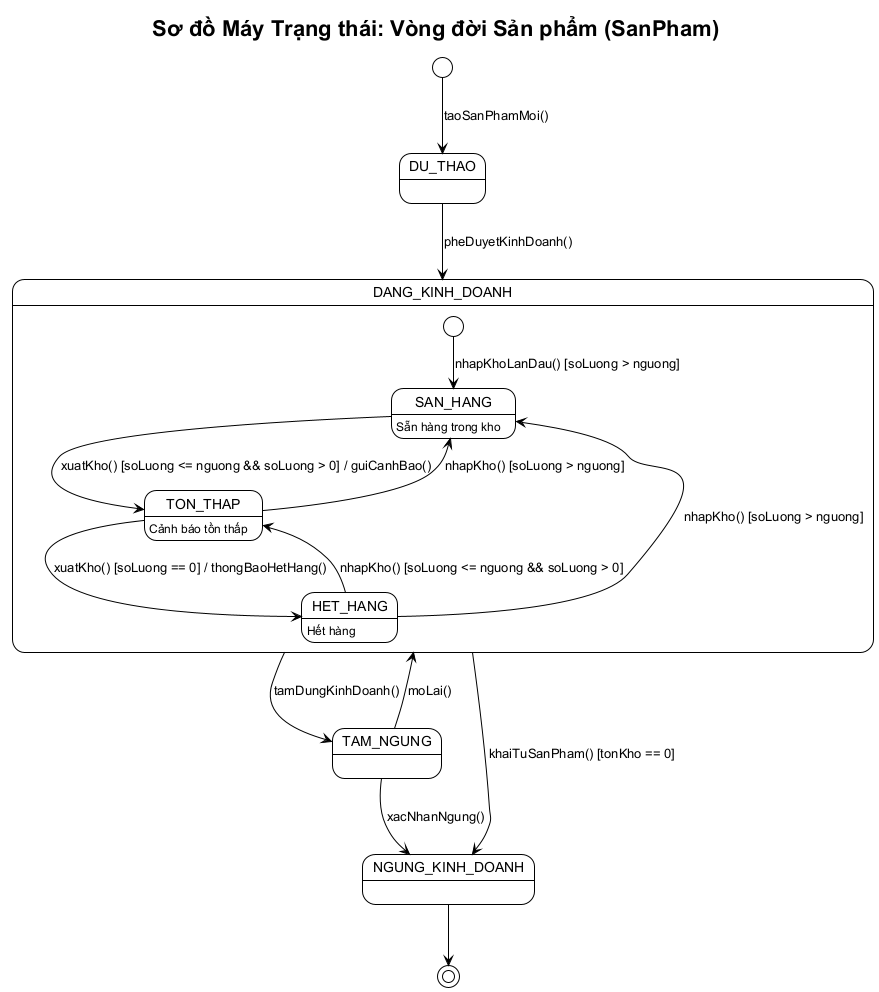
vuhoabinh2416137/G8_Quanlysanphamvakhohang keeps this PlantUML diagram as BTL-QuanLyKhoHang/diagrams/state-san-pham.png. Above is the earlier version.
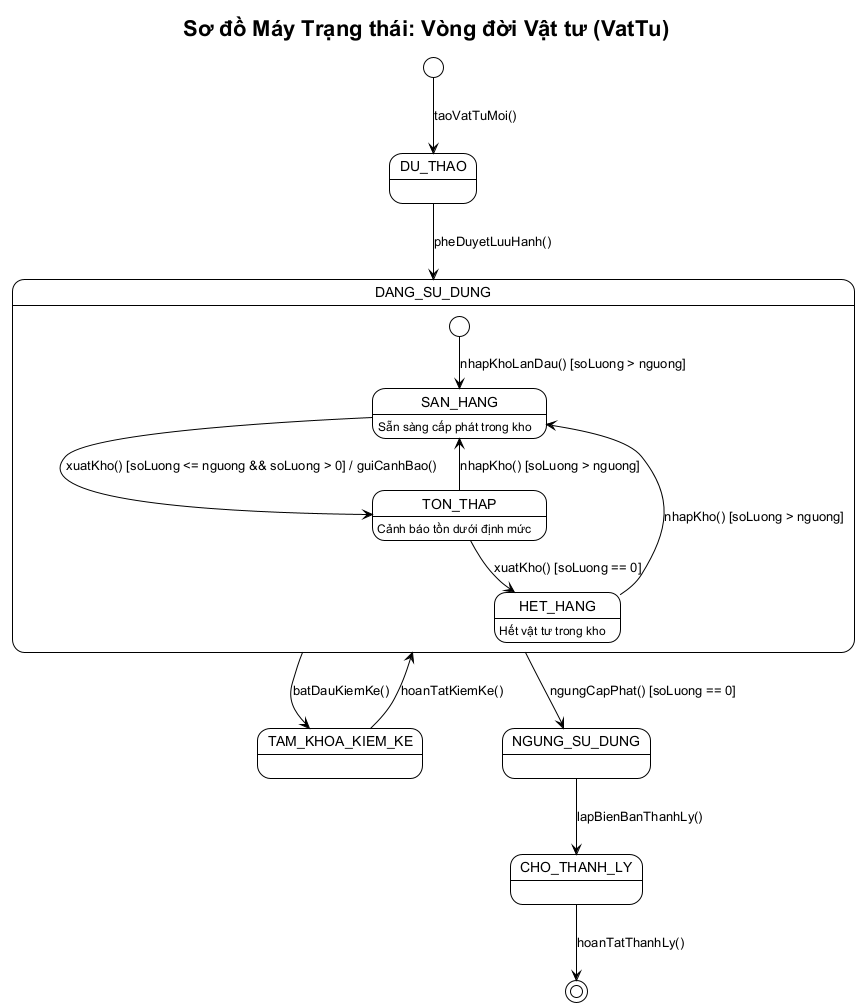
After the commit.

Change to the diagram source:
```diff
@@ -1,32 +1,29 @@
 @startuml state-san-pham
 !theme plain
 skinparam defaultFontName "Arial"
-title Sơ đồ Máy Trạng thái: Vòng đời Sản phẩm (SanPham)
+title Sơ đồ Máy Trạng thái: Vòng đời Vật tư (VatTu)
 
-[*] --> DU_THAO : taoSanPhamMoi()
+[*] --> DU_THAO : taoVatTuMoi()
 
-DU_THAO --> DANG_KINH_DOANH : pheDuyetKinhDoanh()
+DU_THAO --> DANG_SU_DUNG : pheDuyetLuuHanh()
 
-state DANG_KINH_DOANH {
-    SAN_HANG : Sẵn hàng trong kho
-    TON_THAP : Cảnh báo tồn thấp
-    HET_HANG : Hết hàng
+state DANG_SU_DUNG {
+    SAN_HANG : Sẵn sàng cấp phát trong kho
+    TON_THAP : Cảnh báo tồn dưới định mức
+    HET_HANG : Hết vật tư trong kho
 
     [*] --> SAN_HANG : nhapKhoLanDau() [soLuong > nguong]
 
     SAN_HANG --> TON_THAP : xuatKho() [soLuong <= nguong && soLuong > 0] / guiCanhBao()
     TON_THAP --> SAN_HANG : nhapKho() [soLuong > nguong]
-
-    TON_THAP --> HET_HANG : xuatKho() [soLuong == 0] / thongBaoHetHang()
+    TON_THAP --> HET_HANG : xuatKho() [soLuong == 0]
     HET_HANG --> SAN_HANG : nhapKho() [soLuong > nguong]
-    HET_HANG --> TON_THAP : nhapKho() [soLuong <= nguong && soLuong > 0]
 }
 
-DANG_KINH_DOANH --> TAM_NGUNG : tamDungKinhDoanh()
-TAM_NGUNG --> DANG_KINH_DOANH : moLai()
+DANG_SU_DUNG --> TAM_KHOA_KIEM_KE : batDauKiemKe()
+TAM_KHOA_KIEM_KE --> DANG_SU_DUNG : hoanTatKiemKe()
 
-DANG_KINH_DOANH --> NGUNG_KINH_DOANH : khaiTuSanPham() [tonKho == 0]
-TAM_NGUNG --> NGUNG_KINH_DOANH : xacNhanNgung()
-
-NGUNG_KINH_DOANH --> [*]
+DANG_SU_DUNG --> NGUNG_SU_DUNG : ngungCapPhat() [soLuong == 0]
+NGUNG_SU_DUNG --> CHO_THANH_LY : lapBienBanThanhLy()
+CHO_THANH_LY --> [*] : hoanTatThanhLy()
 @enduml
```
